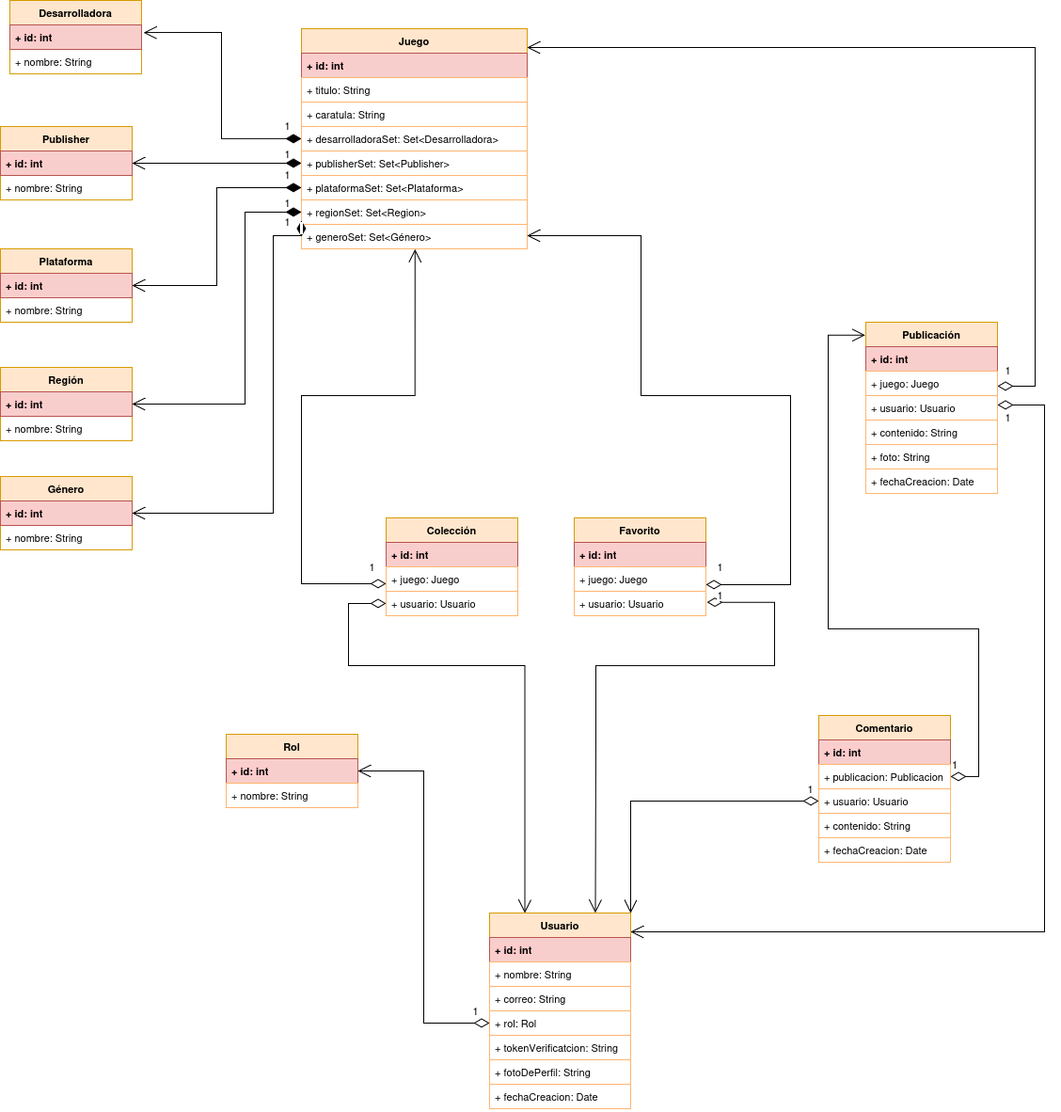
Earlier version of the draw.io export img/diagrama-clases.png (nalleon/xp-trade). Source tidied: cells renumbered, new cells last; positions are measured from the earlier drawing's top-left corner, leaving out a move shared by most shapes.
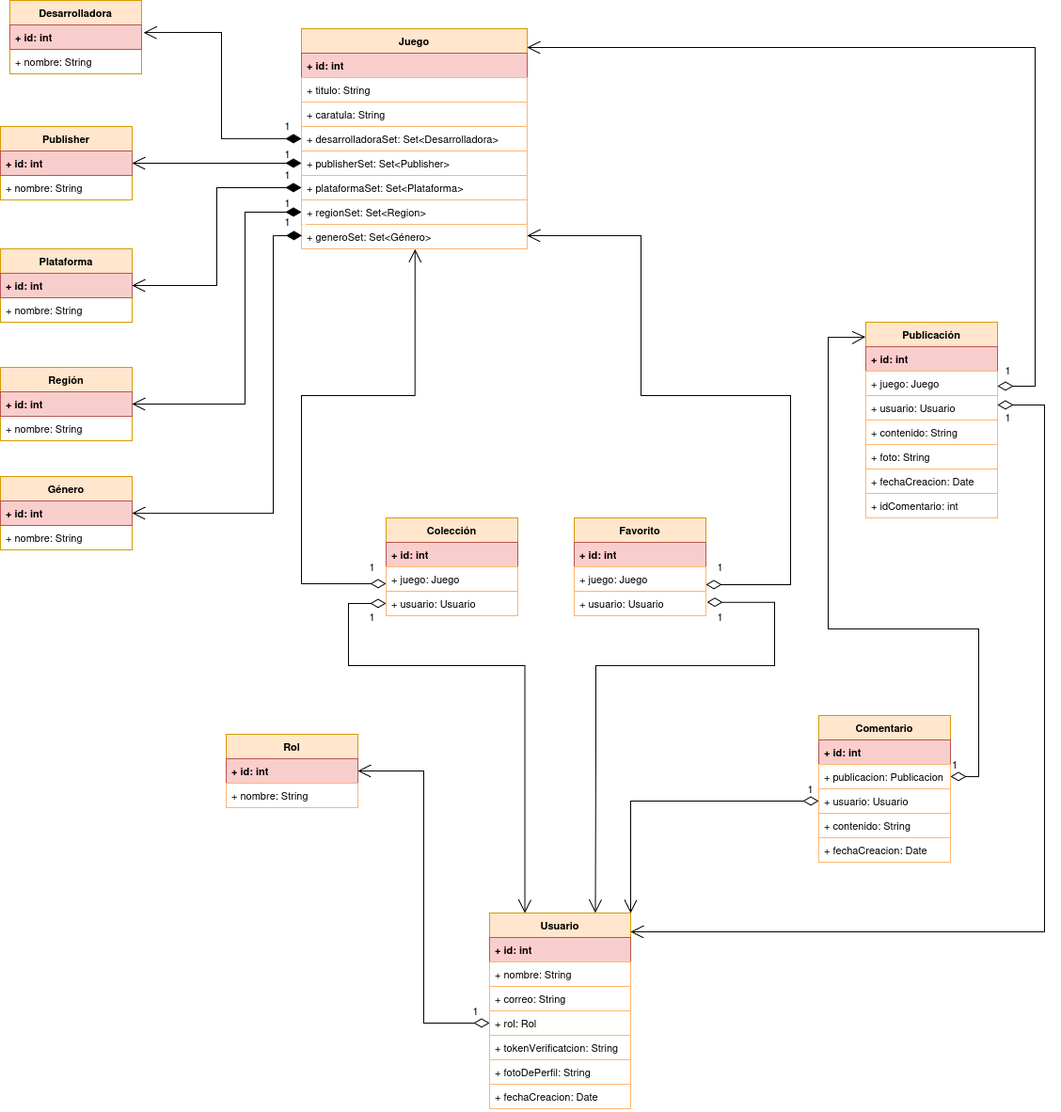
After the commit.

The edit, as a diff of the source:
```diff
@@ -48,7 +48,7 @@
       <mxGeometry y="52" width="140" height="26" as="geometry" />
     </mxCell>
     <mxCell id="17" value="&lt;b&gt;&lt;span style=&quot;background-color: rgb(255, 230, 204);&quot;&gt;Publicación&lt;/span&gt;&lt;/b&gt;" style="swimlane;fontStyle=0;horizontal=1;startSize=26;fillColor=#ffe6cc;whiteSpace=wrap;html=1;fontFamily=Helvetica;fontSize=11;labelBackgroundColor=default;strokeColor=#d79b00;swimlaneLine=1;fillStyle=auto;" parent="1" vertex="1">
-      <mxGeometry x="920" y="342" width="140" height="182" as="geometry" />
+      <mxGeometry x="920" y="342" width="140" height="208" as="geometry" />
     </mxCell>
     <mxCell id="18" value="&lt;b&gt;&lt;span style=&quot;background-color: rgb(255, 204, 204);&quot;&gt;+ id: int&lt;/span&gt;&lt;/b&gt;" style="text;strokeColor=#b85450;fillColor=#f8cecc;align=left;verticalAlign=top;spacingLeft=4;spacingRight=4;overflow=hidden;whiteSpace=wrap;html=1;fontFamily=Helvetica;fontSize=11;labelBackgroundColor=default;" parent="17" vertex="1">
       <mxGeometry y="26" width="140" height="26" as="geometry" />
@@ -68,6 +68,9 @@
     <mxCell id="23" value="+ fechaCreacion: Date" style="text;strokeColor=#FFB570;fillColor=none;align=left;verticalAlign=top;spacingLeft=4;spacingRight=4;overflow=hidden;whiteSpace=wrap;html=1;fontFamily=Helvetica;fontSize=11;fontColor=default;labelBackgroundColor=default;" parent="17" vertex="1">
       <mxGeometry y="156" width="140" height="26" as="geometry" />
     </mxCell>
+    <mxCell id="84" value="+ idComentario: int" style="text;strokeColor=#FFB570;fillColor=none;align=left;verticalAlign=top;spacingLeft=4;spacingRight=4;overflow=hidden;whiteSpace=wrap;html=1;fontFamily=Helvetica;fontSize=11;fontColor=default;labelBackgroundColor=default;" parent="17" vertex="1">
+      <mxGeometry y="182" width="140" height="26" as="geometry" />
+    </mxCell>
     <mxCell id="24" value="&lt;b&gt;&lt;span style=&quot;background-color: rgb(255, 230, 204);&quot;&gt;Comentario&lt;/span&gt;&lt;/b&gt;" style="swimlane;fontStyle=0;horizontal=1;startSize=26;fillColor=#ffe6cc;whiteSpace=wrap;html=1;fontFamily=Helvetica;fontSize=11;labelBackgroundColor=default;strokeColor=#d79b00;swimlaneLine=1;fillStyle=auto;" parent="1" vertex="1">
       <mxGeometry x="870" y="760" width="140" height="156" as="geometry" />
     </mxCell>
@@ -187,10 +190,11 @@
         </Array>
       </mxGeometry>
     </mxCell>
-    <mxCell id="62" value="&amp;nbsp; " style="endArrow=open;html=1;endSize=12;startArrow=diamondThin;startSize=14;startFill=1;edgeStyle=orthogonalEdgeStyle;align=left;verticalAlign=bottom;rounded=0;strokeColor=default;fontFamily=Helvetica;fontSize=11;fontColor=default;labelBackgroundColor=default;exitX=0;exitY=0.5;exitDx=0;exitDy=0;entryX=1;entryY=0.5;entryDx=0;entryDy=0;" parent="1" edge="1" source="57" target="12">
+    <mxCell id="62" value="&amp;nbsp; " style="endArrow=open;html=1;endSize=12;startArrow=diamondThin;startSize=14;startFill=1;edgeStyle=orthogonalEdgeStyle;align=left;verticalAlign=bottom;rounded=0;strokeColor=default;fontFamily=Helvetica;fontSize=11;fontColor=default;labelBackgroundColor=default;exitX=1.016;exitY=0.996;exitDx=0;exitDy=0;entryX=1;entryY=0.5;entryDx=0;entryDy=0;exitPerimeter=0;" parent="1" edge="1" source="67" target="12">
       <mxGeometry x="-1" y="3" relative="1" as="geometry">
         <Array as="points">
-          <mxPoint x="320" y="250" />
+          <mxPoint x="304" y="250" />
+          <mxPoint x="310" y="250" />
           <mxPoint x="290" y="250" />
           <mxPoint x="290" y="545" />
         </Array>
@@ -266,7 +270,7 @@
       <mxGeometry x="750" y="587" width="30" height="30" as="geometry" />
     </mxCell>
     <mxCell id="76" value="1" style="text;html=1;align=center;verticalAlign=middle;strokeColor=none;fillColor=none;fontFamily=Helvetica;fontSize=11;fontColor=default;labelBackgroundColor=default;" parent="1" vertex="1">
-      <mxGeometry x="750" y="617" width="30" height="30" as="geometry" />
+      <mxGeometry x="750" y="640" width="30" height="30" as="geometry" />
     </mxCell>
     <mxCell id="77" style="endArrow=open;html=1;endSize=12;startArrow=diamondThin;startSize=14;startFill=0;edgeStyle=orthogonalEdgeStyle;align=left;verticalAlign=bottom;rounded=0;strokeColor=default;fontFamily=Helvetica;fontSize=11;fontColor=default;labelBackgroundColor=default;" parent="1" edge="1" target="49">
       <mxGeometry x="-1" y="3" relative="1" as="geometry">
@@ -288,13 +292,14 @@
         </Array>
       </mxGeometry>
     </mxCell>
-    <mxCell id="79" value="1" style="endArrow=open;html=1;endSize=12;startArrow=diamondThin;startSize=14;startFill=0;edgeStyle=orthogonalEdgeStyle;align=left;verticalAlign=bottom;rounded=0;strokeColor=default;fontFamily=Helvetica;fontSize=11;fontColor=default;labelBackgroundColor=default;exitX=1;exitY=0.5;exitDx=0;exitDy=0;entryX=-0.004;entryY=0.076;entryDx=0;entryDy=0;entryPerimeter=0;" parent="1" edge="1" source="26" target="17">
+    <mxCell id="79" value="1" style="endArrow=open;html=1;endSize=12;startArrow=diamondThin;startSize=14;startFill=0;edgeStyle=orthogonalEdgeStyle;align=left;verticalAlign=bottom;rounded=0;strokeColor=default;fontFamily=Helvetica;fontSize=11;fontColor=default;labelBackgroundColor=default;exitX=1;exitY=0.5;exitDx=0;exitDy=0;entryX=-0.002;entryY=0.075;entryDx=0;entryDy=0;entryPerimeter=0;" parent="1" edge="1" source="26" target="17">
       <mxGeometry x="-1" y="3" relative="1" as="geometry">
         <Array as="points">
           <mxPoint x="1040" y="825" />
           <mxPoint x="1040" y="668" />
           <mxPoint x="880" y="668" />
-          <mxPoint x="880" y="356" />
+          <mxPoint x="880" y="358" />
+          <mxPoint x="910" y="358" />
         </Array>
       </mxGeometry>
     </mxCell>
@@ -310,5 +315,8 @@
     <mxCell id="83" value="1" style="text;html=1;align=center;verticalAlign=middle;strokeColor=none;fillColor=none;fontFamily=Helvetica;fontSize=11;fontColor=default;labelBackgroundColor=default;" parent="1" vertex="1">
       <mxGeometry x="846" y="823" width="30" height="30" as="geometry" />
     </mxCell>
+    <mxCell id="85" value="1" style="text;html=1;align=center;verticalAlign=middle;strokeColor=none;fillColor=none;fontFamily=Helvetica;fontSize=11;fontColor=default;labelBackgroundColor=default;" parent="1" vertex="1">
+      <mxGeometry x="380" y="640" width="30" height="30" as="geometry" />
+    </mxCell>
   </root>
 </mxGraphModel>
```
